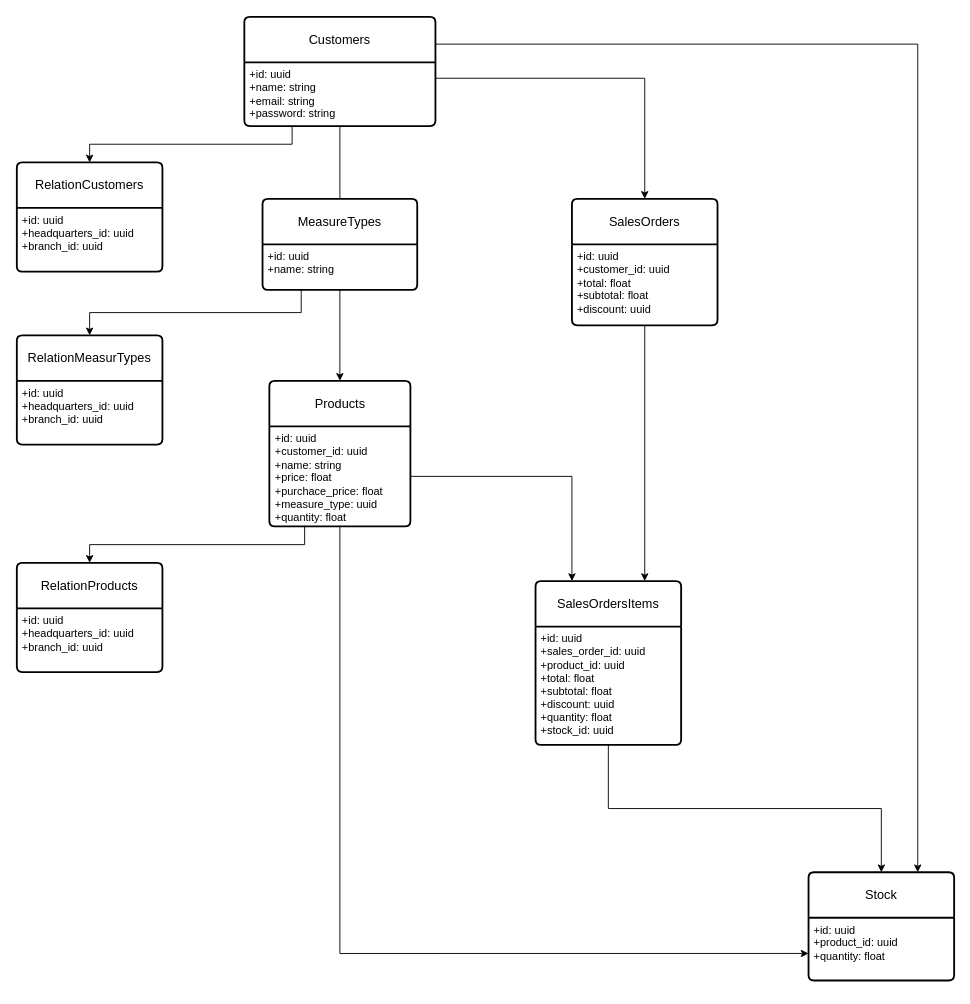
64bits-Camargo/logica-da-programacao keeps this draw.io diagram as Untitled Diagram.drawio. Above is the earlier version. Source tidied: cells renumbered, new cells numbered last; positions are measured from the earlier drawing's top-left corner, leaving out a move shared by most shapes. Both pictures are drawn from the tidied source at 91%, with x=0, y=0 at pixel (16, 16).
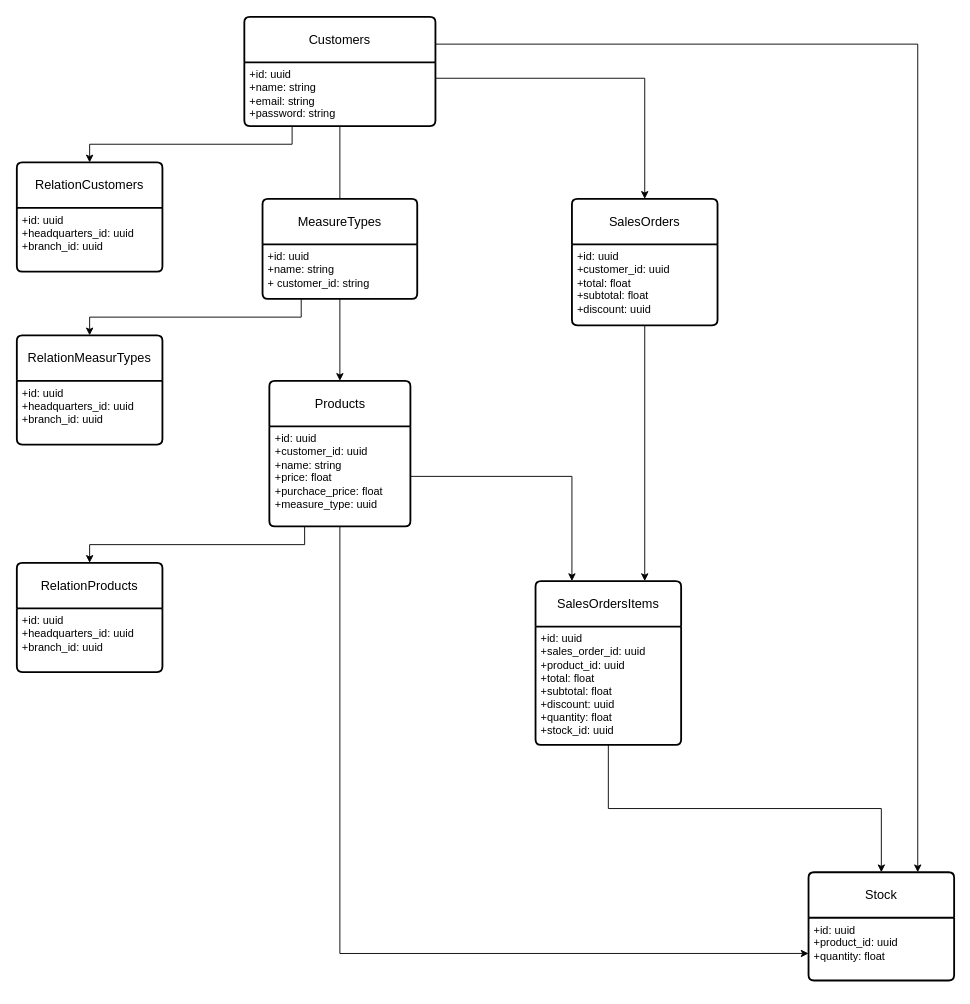
After the change.

Unchanged cells that the change refers to:
```xml
<mxCell id="7" value="Products" style="swimlane;horizontal=1;startSize=50;rounded=1;fontSize=14;fontStyle=0;strokeWidth=2;shadow=0;dashed=0;align=center;arcSize=4;whiteSpace=wrap;html=1;" parent="1" vertex="1">
  <mxGeometry x="277.5" y="400" width="155" height="160" as="geometry" />
</mxCell>
```

What changed in the source:
```diff
@@
-    <mxCell id="8" value="+id: uuid&lt;br&gt;+customer_id: uuid&lt;br&gt;+name: string&lt;br&gt;+price: float&lt;br&gt;+purchace_price: float&lt;br&gt;+measure_type: uuid&lt;br&gt;+quantity: float" style="align=left;strokeColor=none;fillColor=none;spacingLeft=4;fontSize=12;verticalAlign=top;html=1;" parent="7" vertex="1">
+    <mxCell id="8" value="+id: uuid&lt;br&gt;+customer_id: uuid&lt;br&gt;+name: string&lt;br&gt;+price: float&lt;br&gt;+purchace_price: float&lt;br&gt;+measure_type: uuid" style="align=left;strokeColor=none;fillColor=none;spacingLeft=4;fontSize=12;verticalAlign=top;html=1;" parent="7" vertex="1">
       <mxGeometry y="50" width="155" height="110" as="geometry" />
     </mxCell>
@@
     <mxCell id="15" value="MeasureTypes" style="swimlane;horizontal=1;startSize=50;rounded=1;fontSize=14;fontStyle=0;strokeWidth=2;shadow=0;dashed=0;align=center;arcSize=4;whiteSpace=wrap;html=1;" parent="1" vertex="1">
-      <mxGeometry x="270" y="200" width="170" height="100" as="geometry" />
+      <mxGeometry x="270" y="200" width="170" height="110" as="geometry" />
     </mxCell>
-    <mxCell id="16" value="+id: uuid&lt;br&gt;+name: string" style="align=left;strokeColor=none;fillColor=none;spacingLeft=4;fontSize=12;verticalAlign=top;html=1;" parent="15" vertex="1">
-      <mxGeometry y="50" width="170" height="50" as="geometry" />
+    <mxCell id="16" value="+id: uuid&lt;br&gt;+name: string&lt;br&gt;+ customer_id: string" style="align=left;strokeColor=none;fillColor=none;spacingLeft=4;fontSize=12;verticalAlign=top;html=1;" parent="15" vertex="1">
+      <mxGeometry y="50" width="170" height="60" as="geometry" />
     </mxCell>
```
